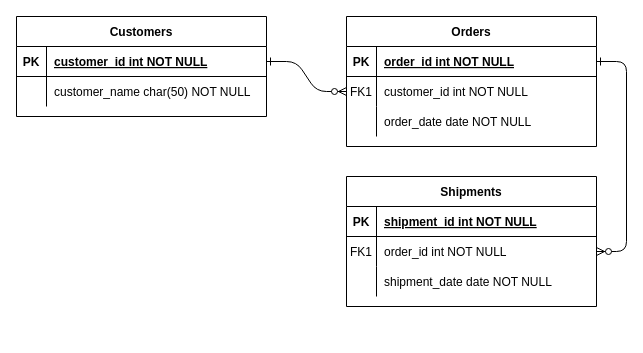
Above: Untitled Diagram.drawio in Posuza/draw.io-files (draw.io), before the change. Source tidied: cells renumbered, new cells numbered last; positions are measured from the earlier drawing's top-left corner, leaving out a move shared by most shapes. Both pictures are drawn from the tidied source at 100%, with x=0, y=0 at pixel (16, 16).
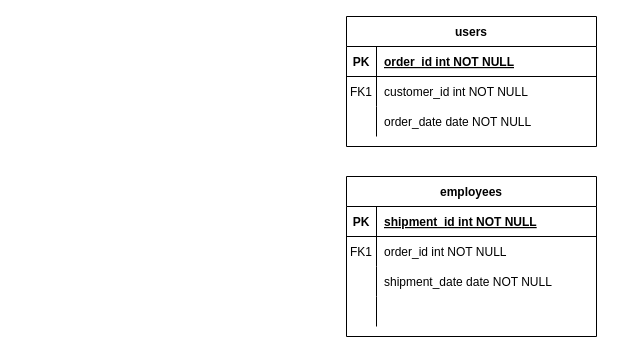
Above is the later version.

Unchanged cells that the change refers to:
```xml
<mxCell id="5" style="shape=partialRectangle;fillColor=none;points=[[0,0.5],[1,0.5]];portConstraint=eastwest;top=0;left=0;right=0;bottom=1;" parent="4" vertex="1">
  <mxGeometry y="30" width="250" height="30" as="geometry" />
</mxCell>
<mxCell id="8" style="shape=partialRectangle;fillColor=none;points=[[0,0.5],[1,0.5]];portConstraint=eastwest;top=0;left=0;right=0;bottom=0;" parent="4" vertex="1">
  <mxGeometry y="60" width="250" height="30" as="geometry" />
</mxCell>
<mxCell id="18" style="shape=partialRectangle;fillColor=none;points=[[0,0.5],[1,0.5]];portConstraint=eastwest;top=0;left=0;right=0;bottom=0;" parent="14" vertex="1">
  <mxGeometry y="60" width="250" height="30" as="geometry" />
</mxCell>
```

The edit, as a diff of the source:
```diff
@@
-    <mxCell id="2" style="edgeStyle=entityRelationEdgeStyle;endArrow=ERzeroToMany;startArrow=ERone;endFill=1;startFill=0;" parent="1" edge="1" source="25" target="8">
-      <mxGeometry relative="1" as="geometry" />
-    </mxCell>
-    <mxCell id="3" style="edgeStyle=entityRelationEdgeStyle;endArrow=ERzeroToMany;startArrow=ERone;endFill=1;startFill=0;" parent="1" edge="1" source="5" target="18">
-      <mxGeometry relative="1" as="geometry" />
-    </mxCell>
-    <mxCell id="4" value="Orders" style="shape=table;startSize=30;childLayout=tableLayout;rowLines=0;fontStyle=1;align=center;" parent="1" vertex="1">
+    <mxCell id="4" value="users" style="shape=table;startSize=30;childLayout=tableLayout;rowLines=0;fontStyle=1;align=center;" parent="1" vertex="1">
       <mxGeometry x="330" width="250" height="130" as="geometry" />
     </mxCell>
@@
-    <mxCell id="14" value="Shipments" style="shape=table;startSize=30;childLayout=tableLayout;rowLines=0;fontStyle=1;align=center;" parent="1" vertex="1">
-      <mxGeometry x="330" y="160" width="250" height="130" as="geometry" />
+    <mxCell id="14" value="employees" style="shape=table;startSize=30;childLayout=tableLayout;rowLines=0;fontStyle=1;align=center;" parent="1" vertex="1">
+      <mxGeometry x="330" y="160" width="250" height="160" as="geometry" />
     </mxCell>
@@
-    <mxCell id="24" value="Customers" style="shape=table;startSize=30;childLayout=tableLayout;rowLines=0;fontStyle=1;align=center;" parent="1" vertex="1">
-      <mxGeometry width="250" height="100" as="geometry" />
-    </mxCell>
-    <mxCell id="25" style="shape=partialRectangle;fillColor=none;points=[[0,0.5],[1,0.5]];portConstraint=eastwest;top=0;left=0;right=0;bottom=1;" parent="24" vertex="1">
-      <mxGeometry y="30" width="250" height="30" as="geometry" />
-    </mxCell>
-    <mxCell id="26" value="PK" style="shape=partialRectangle;overflow=hidden;fillColor=none;top=0;left=0;bottom=0;right=0;fontStyle=1;" parent="25" vertex="1">
-      <mxGeometry width="30" height="30" as="geometry" />
-    </mxCell>
-    <mxCell id="27" value="customer_id int NOT NULL " style="shape=partialRectangle;overflow=hidden;fillColor=none;top=0;left=0;bottom=0;right=0;align=left;spacingLeft=6;fontStyle=5;" parent="25" vertex="1">
-      <mxGeometry x="30" width="220" height="30" as="geometry" />
-    </mxCell>
-    <mxCell id="28" style="shape=partialRectangle;fillColor=none;top=0;left=0;right=0;bottom=0;" parent="24" vertex="1">
-      <mxGeometry y="60" width="250" height="30" as="geometry" />
-    </mxCell>
+    <mxCell id="31" style="shape=partialRectangle;fillColor=none;top=0;left=0;right=0;bottom=0;" parent="14" vertex="1">
+      <mxGeometry y="120" width="250" height="30" as="geometry" />
+    </mxCell>
-    <mxCell id="29" style="shape=partialRectangle;overflow=hidden;fillColor=none;top=0;left=0;bottom=0;right=0;" parent="28" vertex="1">
+    <mxCell id="29" style="shape=partialRectangle;overflow=hidden;fillColor=none;top=0;left=0;bottom=0;right=0;" parent="31" vertex="1">
       <mxGeometry width="30" height="30" as="geometry" />
     </mxCell>
-    <mxCell id="30" value="customer_name char(50) NOT NULL" style="shape=partialRectangle;overflow=hidden;fillColor=none;top=0;left=0;bottom=0;right=0;align=left;spacingLeft=6;" parent="28" vertex="1">
-      <mxGeometry x="30" width="220" height="30" as="geometry" />
-    </mxCell>
+    <mxCell id="32" style="shape=partialRectangle;overflow=hidden;fillColor=none;top=0;left=0;bottom=0;right=0;align=left;spacingLeft=6;" parent="31" vertex="1">
+      <mxGeometry x="30" width="220" height="30" as="geometry" />
+    </mxCell>
```
